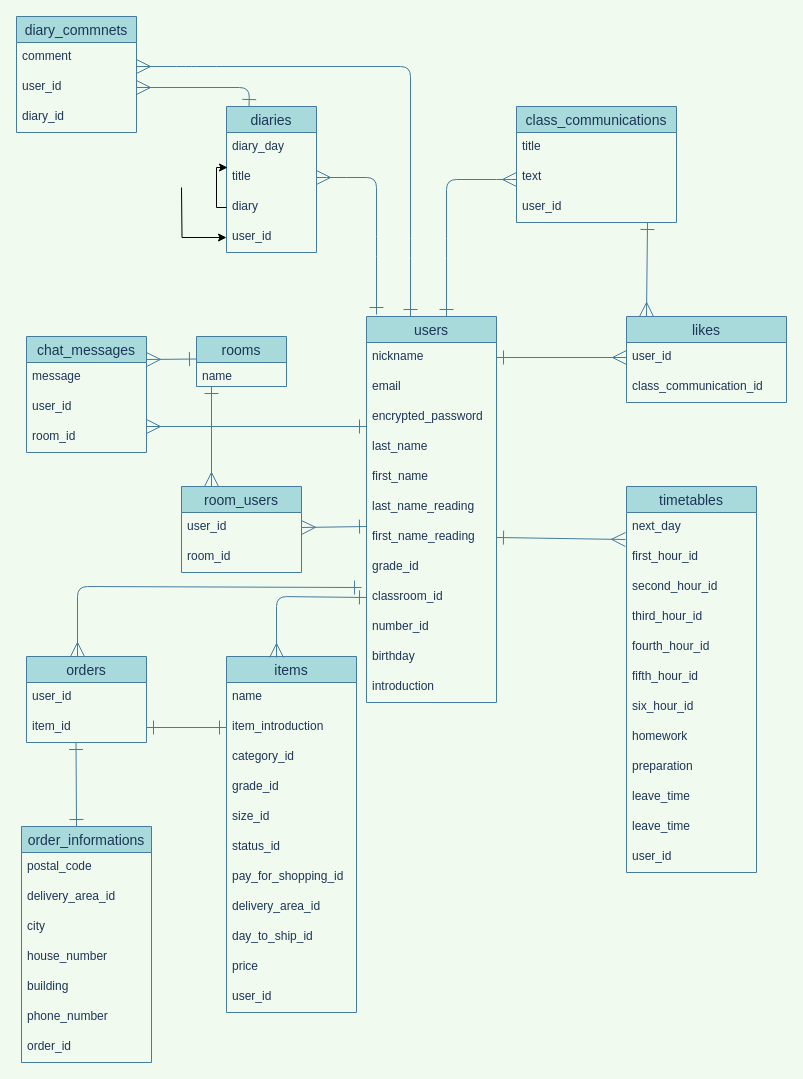
hiratatatsujiro/contact_book_app keeps this draw.io diagram as ER.dio. Above is the earlier version. Source tidied: cells renumbered, new cells numbered last; positions are measured from the earlier drawing's top-left corner, leaving out a move shared by most shapes. Both pictures are drawn from the tidied source at 100%, with x=0, y=0 at pixel (16, 16).
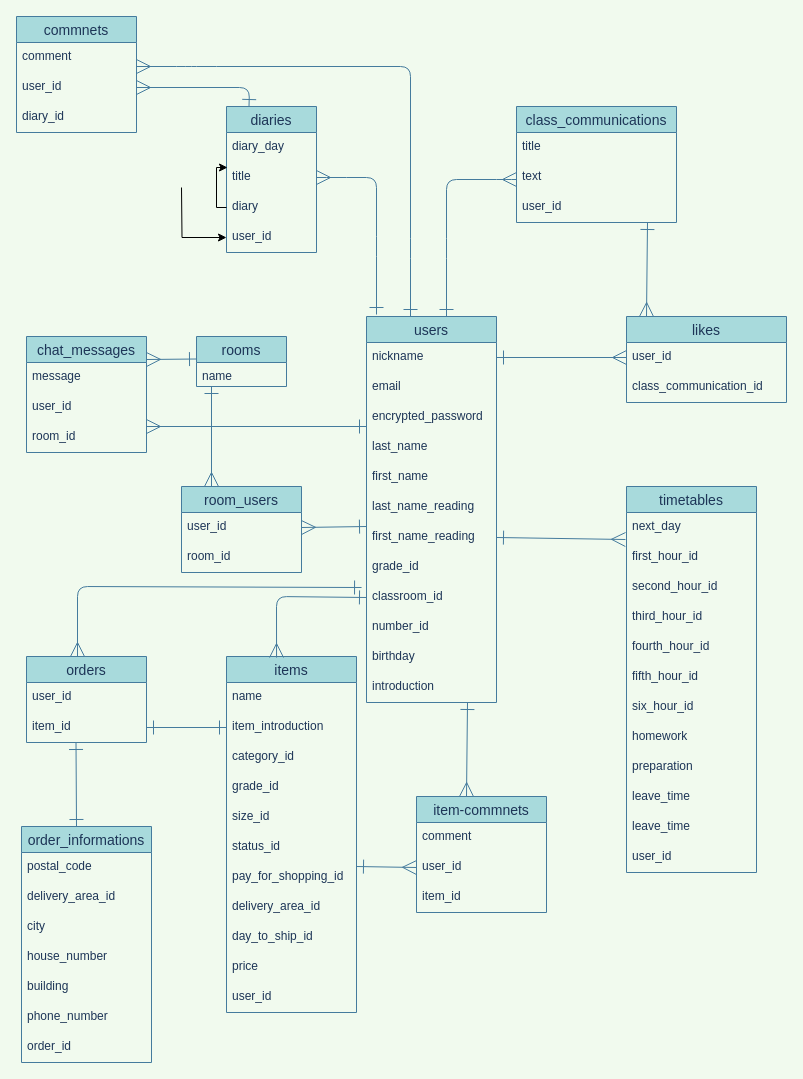
The same page after the edit.

Diff of the diagram source:
```diff
@@
-    <mxCell id="21" value="diary_commnets" style="swimlane;fontStyle=0;horizontal=1;startSize=26;align=center;fontSize=14;fillColor=#A8DADC;strokeColor=#457B9D;fontColor=#1D3557;" parent="1" vertex="1">
+    <mxCell id="21" value="commnets" style="swimlane;fontStyle=0;horizontal=1;startSize=26;align=center;fontSize=14;fillColor=#A8DADC;strokeColor=#457B9D;fontColor=#1D3557;" parent="1" vertex="1">
       <mxGeometry width="120" height="116" as="geometry" />
     </mxCell>
@@
+    <mxCell id="93" value="item-commnets" style="swimlane;fontStyle=0;horizontal=1;startSize=26;align=center;fontSize=14;fillColor=#A8DADC;strokeColor=#457B9D;fontColor=#1D3557;" parent="1" vertex="1">
+      <mxGeometry x="400" y="780" width="130" height="116" as="geometry" />
+    </mxCell>
+    <mxCell id="94" value="comment&#10;" style="text;strokeColor=none;fillColor=none;spacingLeft=4;spacingRight=4;overflow=hidden;fontSize=12;fontColor=#1D3557;" parent="93" vertex="1">
+      <mxGeometry y="26" width="130" height="30" as="geometry" />
+    </mxCell>
+    <mxCell id="95" style="edgeStyle=none;rounded=1;sketch=0;jettySize=auto;html=1;fontColor=#1D3557;strokeColor=#457B9D;fillColor=#A8DADC;endArrow=ERmany;endFill=0;endSize=12;startSize=12;startArrow=ERone;startFill=0;entryX=0;entryY=0.5;entryDx=0;entryDy=0;exitX=1;exitY=0.5;exitDx=0;exitDy=0;" parent="93" edge="1" target="96">
+      <mxGeometry relative="1" as="geometry">
+        <mxPoint x="-60" y="70" as="sourcePoint" />
+      </mxGeometry>
+    </mxCell>
+    <mxCell id="96" value="user_id" style="text;strokeColor=none;fillColor=none;spacingLeft=4;spacingRight=4;overflow=hidden;points=[[0,0.5],[1,0.5]];portConstraint=eastwest;fontSize=12;fontColor=#1D3557;" parent="93" vertex="1">
+      <mxGeometry y="56" width="130" height="30" as="geometry" />
+    </mxCell>
+    <mxCell id="97" value="item_id" style="text;strokeColor=none;fillColor=none;spacingLeft=4;spacingRight=4;overflow=hidden;fontSize=12;fontColor=#1D3557;" parent="93" vertex="1">
+      <mxGeometry y="86" width="130" height="30" as="geometry" />
+    </mxCell>
+    <mxCell id="98" style="edgeStyle=none;rounded=1;sketch=0;orthogonalLoop=1;jettySize=auto;html=1;fontColor=#1D3557;strokeColor=#457B9D;fillColor=#A8DADC;endArrow=ERmany;endFill=0;endSize=12;startSize=12;startArrow=ERone;startFill=0;" parent="1" edge="1">
+      <mxGeometry relative="1" as="geometry">
+        <mxPoint x="451" y="686" as="sourcePoint" />
+        <mxPoint x="450" y="780" as="targetPoint" />
+      </mxGeometry>
+    </mxCell>
```
